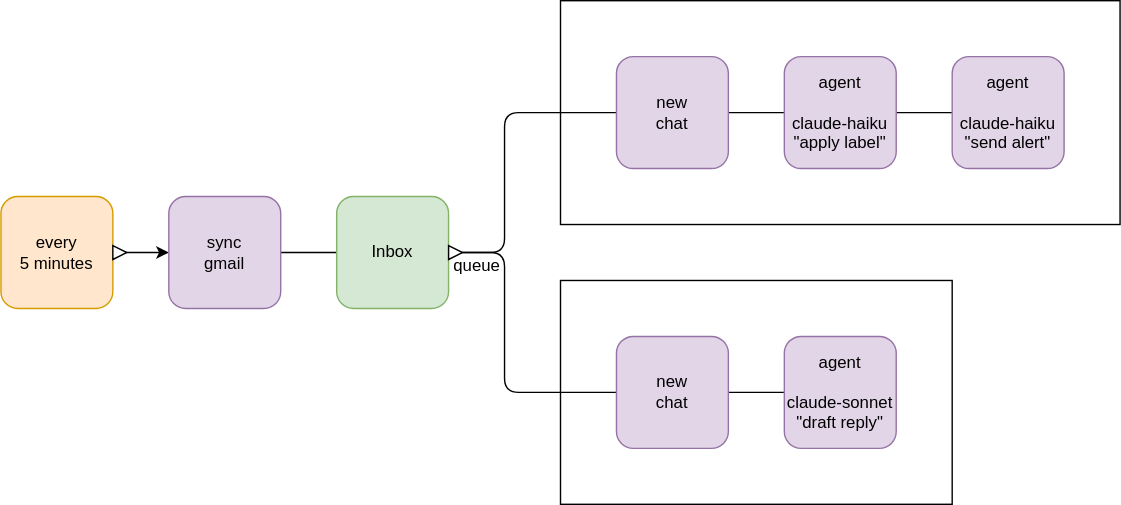
dxos/dxos keeps this draw.io diagram as packages/core/conductor/docs/invocation-graph.drawio.svg. Above is the earlier version. Source tidied: cells renumbered, new cells last; positions are measured from the earlier drawing's top-left corner, leaving out a move shared by most shapes. Source of this version:
```xml
<mxGraphModel>
  <root>
    <mxCell id="0" />
    <mxCell id="1" parent="0" />
    <mxCell id="2" style="edgeStyle=none;html=1;exitX=1;exitY=0.5;exitDx=0;exitDy=0;entryX=0;entryY=0.5;entryDx=0;entryDy=0;" parent="1" edge="1" source="3" target="5">
      <mxGeometry relative="1" as="geometry" />
    </mxCell>
    <mxCell id="3" value="every&lt;br&gt;5 minutes" style="rounded=1;whiteSpace=wrap;html=1;fillColor=#ffe6cc;strokeColor=#d79b00;" parent="1" vertex="1">
      <mxGeometry y="140" width="80" height="80" as="geometry" />
    </mxCell>
    <mxCell id="4" style="edgeStyle=none;html=1;exitX=1;exitY=0.5;exitDx=0;exitDy=0;endArrow=none;endFill=0;" parent="1" edge="1" source="5" target="7">
      <mxGeometry relative="1" as="geometry" />
    </mxCell>
    <mxCell id="5" value="sync&lt;br&gt;gmail" style="rounded=1;whiteSpace=wrap;html=1;fillColor=#e1d5e7;strokeColor=#9673a6;" parent="1" vertex="1">
      <mxGeometry x="120" y="140" width="80" height="80" as="geometry" />
    </mxCell>
    <mxCell id="6" style="edgeStyle=none;html=1;exitX=1;exitY=0.5;exitDx=0;exitDy=0;entryX=0;entryY=0.5;entryDx=0;entryDy=0;endArrow=none;endFill=0;startArrow=none;" parent="1" edge="1" source="13" target="9">
      <mxGeometry relative="1" as="geometry">
        <Array as="points">
          <mxPoint x="360" y="180" />
          <mxPoint x="360" y="80" />
        </Array>
      </mxGeometry>
    </mxCell>
    <mxCell id="7" value="Inbox" style="rounded=1;whiteSpace=wrap;html=1;fillColor=#d5e8d4;strokeColor=#82b366;" parent="1" vertex="1">
      <mxGeometry x="240" y="140" width="80" height="80" as="geometry" />
    </mxCell>
    <mxCell id="8" style="triangle;whiteSpace=wrap;html=1;" parent="1" vertex="1">
      <mxGeometry x="80" y="175" width="10" height="10" as="geometry" />
    </mxCell>
    <mxCell id="9" style="rounded=0;whiteSpace=wrap;html=1;fillColor=none;" parent="1" vertex="1">
      <mxGeometry x="400" width="400" height="160" as="geometry" />
    </mxCell>
    <mxCell id="10" value="queue" style="text;html=1;align=center;verticalAlign=middle;strokeColor=none;fillColor=none;" parent="1" vertex="1">
      <mxGeometry x="310" y="175" width="60" height="30" as="geometry" />
    </mxCell>
    <mxCell id="11" style="edgeStyle=none;html=1;exitX=1;exitY=0.5;exitDx=0;exitDy=0;entryX=0;entryY=0.5;entryDx=0;entryDy=0;endArrow=none;endFill=0;" parent="1" edge="1" source="7" target="13">
      <mxGeometry relative="1" as="geometry" />
    </mxCell>
    <mxCell id="12" style="edgeStyle=none;html=1;exitX=0;exitY=0.5;exitDx=0;exitDy=0;endArrow=none;endFill=0;" parent="1" edge="1" source="13">
      <mxGeometry relative="1" as="geometry">
        <mxPoint x="400" y="280" as="targetPoint" />
        <Array as="points">
          <mxPoint x="360" y="180" />
          <mxPoint x="360" y="280" />
        </Array>
      </mxGeometry>
    </mxCell>
    <mxCell id="13" style="triangle;whiteSpace=wrap;html=1;" parent="1" vertex="1">
      <mxGeometry x="320" y="175" width="10" height="10" as="geometry" />
    </mxCell>
    <mxCell id="14" style="edgeStyle=none;html=1;exitX=0;exitY=0.5;exitDx=0;exitDy=0;entryX=0;entryY=0.5;entryDx=0;entryDy=0;endArrow=none;endFill=0;" parent="1" edge="1" source="16" target="9">
      <mxGeometry relative="1" as="geometry" />
    </mxCell>
    <mxCell id="15" style="edgeStyle=none;html=1;exitX=1;exitY=0.5;exitDx=0;exitDy=0;entryX=0;entryY=0.5;entryDx=0;entryDy=0;endArrow=none;endFill=0;" parent="1" edge="1" source="16" target="18">
      <mxGeometry relative="1" as="geometry" />
    </mxCell>
    <mxCell id="16" value="new&lt;br&gt;chat" style="rounded=1;whiteSpace=wrap;html=1;fillColor=#e1d5e7;strokeColor=#9673a6;" parent="1" vertex="1">
      <mxGeometry x="440" y="40" width="80" height="80" as="geometry" />
    </mxCell>
    <mxCell id="17" style="edgeStyle=none;html=1;exitX=1;exitY=0.5;exitDx=0;exitDy=0;entryX=0;entryY=0.5;entryDx=0;entryDy=0;endArrow=none;endFill=0;" parent="1" edge="1" source="18" target="24">
      <mxGeometry relative="1" as="geometry" />
    </mxCell>
    <mxCell id="18" value="agent&lt;br&gt;&lt;br&gt;claude-haiku&lt;br&gt;&quot;apply label&quot;" style="rounded=1;whiteSpace=wrap;html=1;fillColor=#e1d5e7;strokeColor=#9673a6;" parent="1" vertex="1">
      <mxGeometry x="560" y="40" width="80" height="80" as="geometry" />
    </mxCell>
    <mxCell id="19" style="rounded=0;whiteSpace=wrap;html=1;fillColor=none;" parent="1" vertex="1">
      <mxGeometry x="400" y="200" width="280" height="160" as="geometry" />
    </mxCell>
    <mxCell id="20" style="edgeStyle=none;html=1;exitX=0;exitY=0.5;exitDx=0;exitDy=0;entryX=0;entryY=0.5;entryDx=0;entryDy=0;endArrow=none;endFill=0;" parent="1" edge="1" source="22" target="19">
      <mxGeometry relative="1" as="geometry" />
    </mxCell>
    <mxCell id="21" style="edgeStyle=none;html=1;exitX=1;exitY=0.5;exitDx=0;exitDy=0;entryX=0;entryY=0.5;entryDx=0;entryDy=0;endArrow=none;endFill=0;" parent="1" edge="1" source="22" target="23">
      <mxGeometry relative="1" as="geometry" />
    </mxCell>
    <mxCell id="22" value="new&lt;br&gt;chat" style="rounded=1;whiteSpace=wrap;html=1;fillColor=#e1d5e7;strokeColor=#9673a6;" parent="1" vertex="1">
      <mxGeometry x="440" y="240" width="80" height="80" as="geometry" />
    </mxCell>
    <mxCell id="23" value="agent&lt;br&gt;&lt;br&gt;claude-sonnet&lt;br&gt;&quot;draft reply&quot;" style="rounded=1;whiteSpace=wrap;html=1;fillColor=#e1d5e7;strokeColor=#9673a6;" parent="1" vertex="1">
      <mxGeometry x="560" y="240" width="80" height="80" as="geometry" />
    </mxCell>
    <mxCell id="24" value="agent&lt;br&gt;&lt;br&gt;claude-haiku&lt;br&gt;&quot;send alert&quot;" style="rounded=1;whiteSpace=wrap;html=1;fillColor=#e1d5e7;strokeColor=#9673a6;" parent="1" vertex="1">
      <mxGeometry x="680" y="40" width="80" height="80" as="geometry" />
    </mxCell>
  </root>
</mxGraphModel>
```
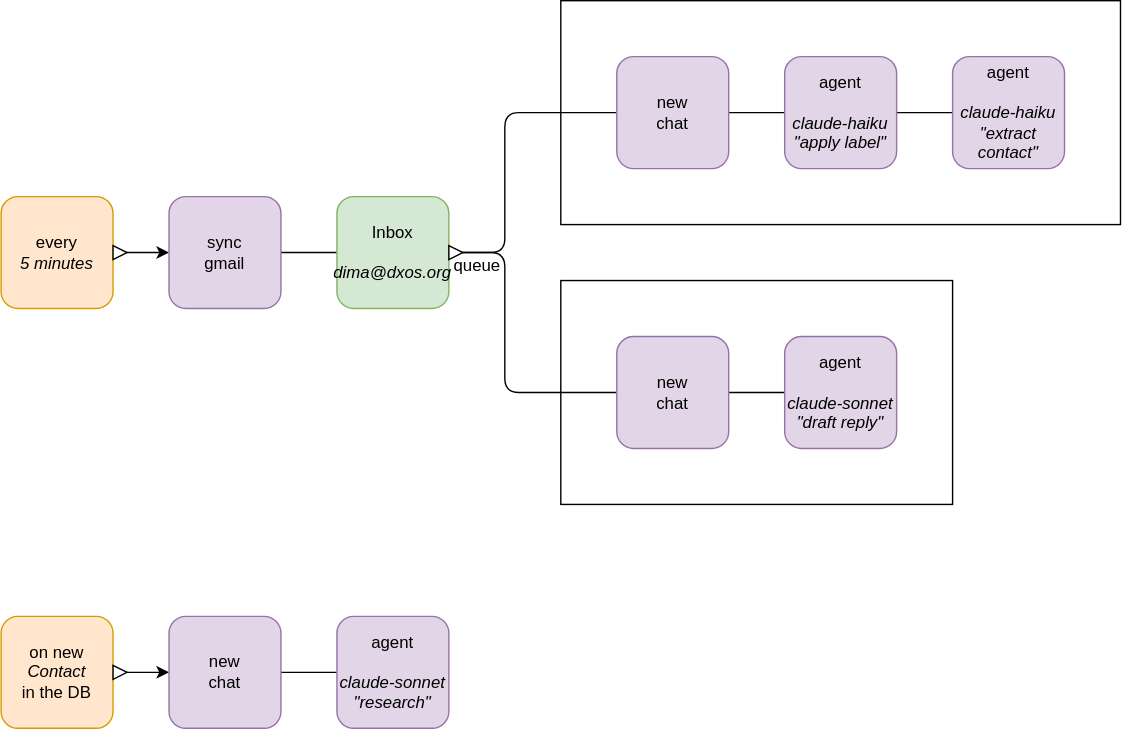
The same diagram one commit later.

Diff of the diagram source:
```diff
@@ -5,7 +5,7 @@
     <mxCell id="2" style="edgeStyle=none;html=1;exitX=1;exitY=0.5;exitDx=0;exitDy=0;entryX=0;entryY=0.5;entryDx=0;entryDy=0;" parent="1" edge="1" source="3" target="5">
       <mxGeometry relative="1" as="geometry" />
     </mxCell>
-    <mxCell id="3" value="every&lt;br&gt;5 minutes" style="rounded=1;whiteSpace=wrap;html=1;fillColor=#ffe6cc;strokeColor=#d79b00;" parent="1" vertex="1">
+    <mxCell id="3" value="every&lt;br&gt;&lt;i&gt;5 minutes&lt;/i&gt;" style="rounded=1;whiteSpace=wrap;html=1;fillColor=#ffe6cc;strokeColor=#d79b00;" parent="1" vertex="1">
       <mxGeometry y="140" width="80" height="80" as="geometry" />
     </mxCell>
     <mxCell id="4" style="edgeStyle=none;html=1;exitX=1;exitY=0.5;exitDx=0;exitDy=0;endArrow=none;endFill=0;" parent="1" edge="1" source="5" target="7">
@@ -22,7 +22,7 @@
         </Array>
       </mxGeometry>
     </mxCell>
-    <mxCell id="7" value="Inbox" style="rounded=1;whiteSpace=wrap;html=1;fillColor=#d5e8d4;strokeColor=#82b366;" parent="1" vertex="1">
+    <mxCell id="7" value="Inbox&lt;br&gt;&lt;br&gt;&lt;i&gt;dima@dxos.org&lt;/i&gt;" style="rounded=1;whiteSpace=wrap;html=1;fillColor=#d5e8d4;strokeColor=#82b366;" parent="1" vertex="1">
       <mxGeometry x="240" y="140" width="80" height="80" as="geometry" />
     </mxCell>
     <mxCell id="8" style="triangle;whiteSpace=wrap;html=1;" parent="1" vertex="1">
@@ -61,7 +61,7 @@
     <mxCell id="17" style="edgeStyle=none;html=1;exitX=1;exitY=0.5;exitDx=0;exitDy=0;entryX=0;entryY=0.5;entryDx=0;entryDy=0;endArrow=none;endFill=0;" parent="1" edge="1" source="18" target="24">
       <mxGeometry relative="1" as="geometry" />
     </mxCell>
-    <mxCell id="18" value="agent&lt;br&gt;&lt;br&gt;claude-haiku&lt;br&gt;&quot;apply label&quot;" style="rounded=1;whiteSpace=wrap;html=1;fillColor=#e1d5e7;strokeColor=#9673a6;" parent="1" vertex="1">
+    <mxCell id="18" value="agent&lt;br&gt;&lt;br&gt;&lt;i&gt;claude-haiku&lt;br&gt;&quot;apply label&quot;&lt;/i&gt;" style="rounded=1;whiteSpace=wrap;html=1;fillColor=#e1d5e7;strokeColor=#9673a6;" parent="1" vertex="1">
       <mxGeometry x="560" y="40" width="80" height="80" as="geometry" />
     </mxCell>
     <mxCell id="19" style="rounded=0;whiteSpace=wrap;html=1;fillColor=none;" parent="1" vertex="1">
@@ -76,11 +76,31 @@
     <mxCell id="22" value="new&lt;br&gt;chat" style="rounded=1;whiteSpace=wrap;html=1;fillColor=#e1d5e7;strokeColor=#9673a6;" parent="1" vertex="1">
       <mxGeometry x="440" y="240" width="80" height="80" as="geometry" />
     </mxCell>
-    <mxCell id="23" value="agent&lt;br&gt;&lt;br&gt;claude-sonnet&lt;br&gt;&quot;draft reply&quot;" style="rounded=1;whiteSpace=wrap;html=1;fillColor=#e1d5e7;strokeColor=#9673a6;" parent="1" vertex="1">
+    <mxCell id="23" value="agent&lt;br&gt;&lt;br&gt;&lt;i&gt;claude-sonnet&lt;br&gt;&quot;draft reply&quot;&lt;/i&gt;" style="rounded=1;whiteSpace=wrap;html=1;fillColor=#e1d5e7;strokeColor=#9673a6;" parent="1" vertex="1">
       <mxGeometry x="560" y="240" width="80" height="80" as="geometry" />
     </mxCell>
-    <mxCell id="24" value="agent&lt;br&gt;&lt;br&gt;claude-haiku&lt;br&gt;&quot;send alert&quot;" style="rounded=1;whiteSpace=wrap;html=1;fillColor=#e1d5e7;strokeColor=#9673a6;" parent="1" vertex="1">
+    <mxCell id="24" value="agent&lt;br&gt;&lt;br&gt;&lt;i&gt;claude-haiku&lt;br&gt;&quot;extract contact&quot;&lt;/i&gt;" style="rounded=1;whiteSpace=wrap;html=1;fillColor=#e1d5e7;strokeColor=#9673a6;" parent="1" vertex="1">
       <mxGeometry x="680" y="40" width="80" height="80" as="geometry" />
     </mxCell>
+    <mxCell id="25" value="on new&lt;br&gt;&lt;i&gt;Contact&lt;/i&gt;&lt;br&gt;in the DB" style="rounded=1;whiteSpace=wrap;html=1;fillColor=#ffe6cc;strokeColor=#d79b00;" parent="1" vertex="1">
+      <mxGeometry y="440" width="80" height="80" as="geometry" />
+    </mxCell>
+    <mxCell id="26" style="edgeStyle=none;html=1;exitX=1;exitY=0.5;exitDx=0;exitDy=0;" parent="1" edge="1" target="29">
+      <mxGeometry relative="1" as="geometry">
+        <mxPoint x="80" y="480" as="sourcePoint" />
+      </mxGeometry>
+    </mxCell>
+    <mxCell id="27" style="triangle;whiteSpace=wrap;html=1;" parent="1" vertex="1">
+      <mxGeometry x="80" y="475" width="10" height="10" as="geometry" />
+    </mxCell>
+    <mxCell id="28" style="edgeStyle=none;html=1;exitX=1;exitY=0.5;exitDx=0;exitDy=0;entryX=0;entryY=0.5;entryDx=0;entryDy=0;endArrow=none;endFill=0;" parent="1" edge="1" source="29" target="30">
+      <mxGeometry relative="1" as="geometry" />
+    </mxCell>
+    <mxCell id="29" value="new&lt;br&gt;chat" style="rounded=1;whiteSpace=wrap;html=1;fillColor=#e1d5e7;strokeColor=#9673a6;" parent="1" vertex="1">
+      <mxGeometry x="120" y="440" width="80" height="80" as="geometry" />
+    </mxCell>
+    <mxCell id="30" value="agent&lt;br style=&quot;border-color: rgb(218, 220, 224);&quot;&gt;&lt;br style=&quot;border-color: rgb(218, 220, 224);&quot;&gt;&lt;i style=&quot;border-color: rgb(218, 220, 224);&quot;&gt;claude-sonnet&lt;br style=&quot;border-color: rgb(218, 220, 224);&quot;&gt;&quot;research&quot;&lt;/i&gt;" style="rounded=1;whiteSpace=wrap;html=1;fillColor=#e1d5e7;strokeColor=#9673a6;" parent="1" vertex="1">
+      <mxGeometry x="240" y="440" width="80" height="80" as="geometry" />
+    </mxCell>
   </root>
 </mxGraphModel>
```
